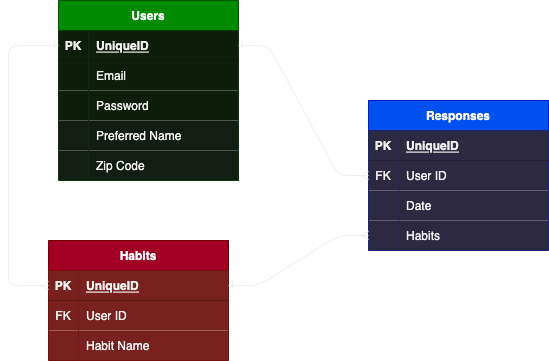
The draw.io diagram ERD.drawio.png in mylesw27/correl8, before a commit. Source tidied: cells renumbered, new cells last; positions are measured from the earlier drawing's top-left corner, leaving out a move shared by most shapes.
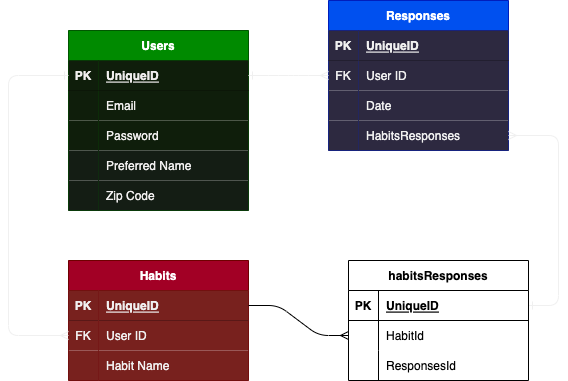
After the change.

The edit, as a diff of the source:
```diff
@@ -3,7 +3,7 @@
     <mxCell id="0" />
     <mxCell id="1" parent="0" />
     <mxCell id="2" value="Users" style="shape=table;startSize=30;rowLines=0;fontStyle=1;align=center;fillColor=#008a00;fontColor=#ffffff;strokeColor=#005700;" parent="1" vertex="1">
-      <mxGeometry x="50" width="180" height="180" as="geometry" />
+      <mxGeometry x="60" y="-80" width="180" height="180" as="geometry" />
     </mxCell>
     <mxCell id="3" style="shape=tableRow;horizontal=0;startSize=0;swimlaneHead=0;swimlaneBody=0;fillColor=none;points=[[0,0.5],[1,0.5]];portConstraint=eastwest;top=0;left=0;right=0;bottom=1;" parent="2" vertex="1">
       <mxGeometry y="30" width="180" height="30" as="geometry" />
@@ -51,7 +51,7 @@
       <mxGeometry x="30" width="150" height="30" as="geometry" />
     </mxCell>
     <mxCell id="18" value="Habits" style="shape=table;startSize=30;rowLines=0;fontStyle=1;align=center;fillColor=#a20025;fontColor=#ffffff;strokeColor=#6F0000;" parent="1" vertex="1">
-      <mxGeometry x="40" y="240" width="180" height="120" as="geometry" />
+      <mxGeometry x="60" y="150" width="180" height="120" as="geometry" />
     </mxCell>
     <mxCell id="19" style="shape=tableRow;horizontal=0;startSize=0;swimlaneHead=0;swimlaneBody=0;fillColor=none;points=[[0,0.5],[1,0.5]];portConstraint=eastwest;top=0;left=0;right=0;bottom=1;" parent="18" vertex="1">
       <mxGeometry y="30" width="180" height="30" as="geometry" />
@@ -80,11 +80,8 @@
     <mxCell id="27" value="Habit Name" style="shape=partialRectangle;fillColor=#78211E;top=0;left=0;bottom=0;right=0;align=left;spacingLeft=6;overflow=hidden;fontColor=#F0F0F0;" parent="25" vertex="1">
       <mxGeometry x="30" width="150" height="30" as="geometry" />
     </mxCell>
-    <mxCell id="28" style="edgeStyle=entityRelationEdgeStyle;fontSize=12;html=1;endArrow=ERone;endFill=1;entryX=0;entryY=0.5;entryDx=0;entryDy=0;exitX=1;exitY=0.5;exitDx=0;exitDy=0;startArrow=ERone;startFill=0;endSize=10;startSize=10;strokeColor=#F0F0F0;" parent="1" edge="1" source="x" target="19">
-      <mxGeometry relative="1" as="geometry" />
-    </mxCell>
     <mxCell id="29" value="Responses" style="shape=table;startSize=30;rowLines=0;fontStyle=1;align=center;fillColor=#0050ef;fontColor=#ffffff;strokeColor=#001DBC;" parent="1" vertex="1">
-      <mxGeometry x="360" y="100" width="180" height="150" as="geometry" />
+      <mxGeometry x="320" y="-110" width="180" height="150" as="geometry" />
     </mxCell>
     <mxCell id="30" style="shape=tableRow;horizontal=0;startSize=0;swimlaneHead=0;swimlaneBody=0;fillColor=none;top=0;left=0;right=0;bottom=1;" parent="29" vertex="1">
       <mxGeometry y="30" width="180" height="30" as="geometry" />
@@ -119,21 +116,59 @@
     <mxCell id="40" style="shape=partialRectangle;fillColor=#2D2940;top=0;left=0;bottom=0;right=0;overflow=hidden;fontColor=#F0F0F0;" parent="39" vertex="1">
       <mxGeometry width="30" height="30" as="geometry" />
     </mxCell>
-    <mxCell id="41" value="Habits" style="shape=partialRectangle;fillColor=#2D2940;top=0;left=0;bottom=0;right=0;align=left;spacingLeft=6;overflow=hidden;fontColor=#F0F0F0;" parent="39" vertex="1">
+    <mxCell id="41" value="HabitsResponses" style="shape=partialRectangle;fillColor=#2D2940;top=0;left=0;bottom=0;right=0;align=left;spacingLeft=6;overflow=hidden;fontColor=#F0F0F0;" parent="39" vertex="1">
       <mxGeometry x="30" width="150" height="30" as="geometry" />
     </mxCell>
-    <mxCell id="42" style="edgeStyle=entityRelationEdgeStyle;fontSize=12;html=1;endArrow=ERone;exitX=0;exitY=0.5;exitDx=0;exitDy=0;endFill=0;startArrow=ERmany;startFill=0;entryX=1;entryY=0.5;entryDx=0;entryDy=0;strokeColor=#F0F0F0;" parent="1" edge="1" source="39" target="19">
-      <mxGeometry relative="1" as="geometry" />
+    <mxCell id="42" style="edgeStyle=orthogonalEdgeStyle;fontSize=12;html=1;endArrow=ERone;exitX=1;exitY=0.5;exitDx=0;exitDy=0;endFill=0;startArrow=ERmany;startFill=0;entryX=1;entryY=0.5;entryDx=0;entryDy=0;strokeColor=#F0F0F0;rounded=1;" parent="1" edge="1" source="39" target="46">
+      <mxGeometry relative="1" as="geometry">
+        <Array as="points">
+          <mxPoint x="550" y="25" />
+          <mxPoint x="550" y="195" />
+        </Array>
+      </mxGeometry>
     </mxCell>
     <mxCell id="43" style="edgeStyle=entityRelationEdgeStyle;fontSize=12;html=1;endArrow=ERmany;entryX=0;entryY=0.5;entryDx=0;entryDy=0;exitX=1;exitY=0.5;exitDx=0;exitDy=0;startArrow=ERone;startFill=0;strokeColor=#F0F0F0;" parent="1" edge="1" source="3" target="33">
       <mxGeometry relative="1" as="geometry" />
     </mxCell>
-    <mxCell id="44" style="edgeStyle=elbowEdgeStyle;fontSize=12;html=1;endArrow=ERone;entryX=0;entryY=0.5;entryDx=0;entryDy=0;exitX=0;exitY=0.5;exitDx=0;exitDy=0;endFill=0;startArrow=ERmany;startFill=0;strokeColor=#F0F0F0;" parent="1" edge="1" source="19" target="3">
+    <mxCell id="44" style="edgeStyle=elbowEdgeStyle;fontSize=12;html=1;endArrow=ERone;entryX=0;entryY=0.5;entryDx=0;entryDy=0;endFill=0;startArrow=ERmany;startFill=0;strokeColor=#F0F0F0;exitX=0;exitY=0.5;exitDx=0;exitDy=0;" parent="1" edge="1" source="22" target="3">
       <mxGeometry relative="1" as="geometry">
         <Array as="points">
           <mxPoint y="160" />
         </Array>
       </mxGeometry>
     </mxCell>
+    <mxCell id="45" value="habitsResponses" style="shape=table;startSize=30;rowLines=0;fontStyle=1;align=center;" parent="1" vertex="1">
+      <mxGeometry x="340" y="150" width="180" height="120" as="geometry" />
+    </mxCell>
+    <mxCell id="46" style="shape=tableRow;horizontal=0;startSize=0;swimlaneHead=0;swimlaneBody=0;fillColor=none;points=[[0,0.5],[1,0.5]];portConstraint=eastwest;top=0;left=0;right=0;bottom=1;" parent="45" vertex="1">
+      <mxGeometry y="30" width="180" height="30" as="geometry" />
+    </mxCell>
+    <mxCell id="47" value="PK" style="shape=partialRectangle;fillColor=none;top=0;left=0;bottom=0;right=0;fontStyle=1;overflow=hidden;" parent="46" vertex="1">
+      <mxGeometry width="30" height="30" as="geometry" />
+    </mxCell>
+    <mxCell id="48" value="UniqueID" style="shape=partialRectangle;fillColor=none;top=0;left=0;bottom=0;right=0;align=left;spacingLeft=6;fontStyle=5;overflow=hidden;" parent="46" vertex="1">
+      <mxGeometry x="30" width="150" height="30" as="geometry" />
+    </mxCell>
+    <mxCell id="49" style="shape=tableRow;horizontal=0;startSize=0;swimlaneHead=0;swimlaneBody=0;fillColor=none;points=[[0,0.5],[1,0.5]];portConstraint=eastwest;top=0;left=0;right=0;bottom=0;" parent="45" vertex="1">
+      <mxGeometry y="60" width="180" height="30" as="geometry" />
+    </mxCell>
+    <mxCell id="50" style="shape=partialRectangle;fillColor=none;top=0;left=0;bottom=0;right=0;overflow=hidden;" parent="49" vertex="1">
+      <mxGeometry width="30" height="30" as="geometry" />
+    </mxCell>
+    <mxCell id="51" value="HabitId" style="shape=partialRectangle;fillColor=none;top=0;left=0;bottom=0;right=0;align=left;spacingLeft=6;overflow=hidden;" parent="49" vertex="1">
+      <mxGeometry x="30" width="150" height="30" as="geometry" />
+    </mxCell>
+    <mxCell id="52" style="shape=tableRow;horizontal=0;startSize=0;swimlaneHead=0;swimlaneBody=0;fillColor=none;top=0;left=0;right=0;bottom=0;" parent="45" vertex="1">
+      <mxGeometry y="90" width="180" height="30" as="geometry" />
+    </mxCell>
+    <mxCell id="53" style="shape=partialRectangle;fillColor=none;top=0;left=0;bottom=0;right=0;overflow=hidden;" parent="52" vertex="1">
+      <mxGeometry width="30" height="30" as="geometry" />
+    </mxCell>
+    <mxCell id="54" value="ResponsesId" style="shape=partialRectangle;fillColor=none;top=0;left=0;bottom=0;right=0;align=left;spacingLeft=6;overflow=hidden;" parent="52" vertex="1">
+      <mxGeometry x="30" width="150" height="30" as="geometry" />
+    </mxCell>
+    <mxCell id="55" style="edgeStyle=entityRelationEdgeStyle;fontSize=12;html=1;endArrow=ERmany;exitX=1;exitY=0.5;exitDx=0;exitDy=0;entryX=0;entryY=0.5;entryDx=0;entryDy=0;" parent="1" edge="1" source="19" target="49">
+      <mxGeometry relative="1" as="geometry" />
+    </mxCell>
   </root>
 </mxGraphModel>
```
